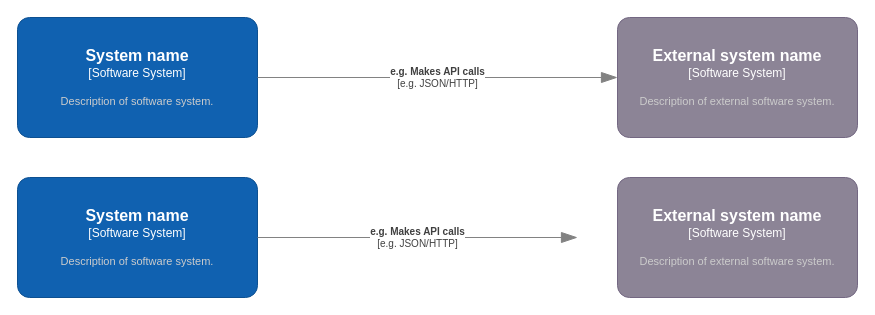
The draw.io diagram drawio_c4_lint/test_files/missing_connection.drawio in GanizaniSitara/drawio-c4-linter, before the edit. Source tidied: cells renumbered, new cells numbered last; positions are measured from the earlier drawing's top-left corner, leaving out a move shared by most shapes. Both pictures are drawn from the tidied source at 100%, with x=0, y=0 at pixel (17, 17).
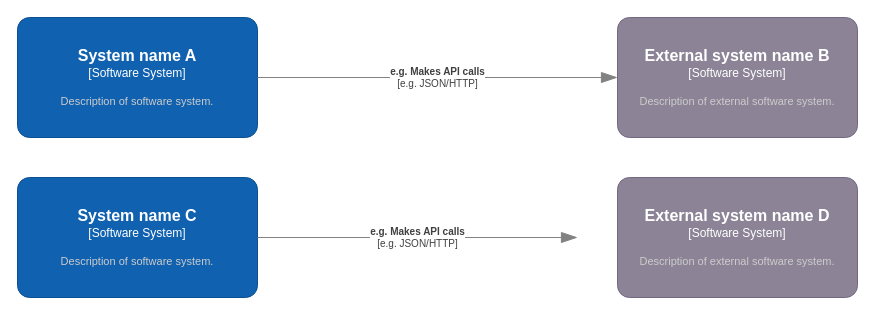
The same page after the edit.

Change to the diagram source:
```diff
@@
 <mxGraphModel>
   <root>
     <mxCell id="0" />
     <mxCell id="1" parent="0" />
-    <object id="2" label="&lt;font style=&quot;font-size: 16px&quot;&gt;&lt;b&gt;%c4Name%&lt;/b&gt;&lt;/font&gt;&lt;div&gt;[%c4Type%]&lt;/div&gt;&lt;br&gt;&lt;div&gt;&lt;font style=&quot;font-size: 11px&quot;&gt;&lt;font color=&quot;#cccccc&quot;&gt;%c4Description%&lt;/font&gt;&lt;/div&gt;" c4Description="Description of software system." c4Name="System name" c4Type="Software System" placeholders="1">
+    <object id="2" label="&lt;font style=&quot;font-size: 16px&quot;&gt;&lt;b&gt;%c4Name%&lt;/b&gt;&lt;/font&gt;&lt;div&gt;[%c4Type%]&lt;/div&gt;&lt;br&gt;&lt;div&gt;&lt;font style=&quot;font-size: 11px&quot;&gt;&lt;font color=&quot;#cccccc&quot;&gt;%c4Description%&lt;/font&gt;&lt;/div&gt;" c4Description="Description of software system." c4Name="System name C" c4Type="Software System" placeholders="1">
       <mxCell style="rounded=1;whiteSpace=wrap;html=1;labelBackgroundColor=none;fillColor=#1061B0;fontColor=#ffffff;align=center;arcSize=10;strokeColor=#0D5091;points=[[0.25,0,0],[0.5,0,0],[0.75,0,0],[1,0.25,0],[1,0.5,0],[1,0.75,0],[0.75,1,0],[0.5,1,0],[0.25,1,0],[0,0.75,0],[0,0.5,0],[0,0.25,0]];" parent="1" vertex="1">
         <mxGeometry y="160" width="240" height="120" as="geometry" />
       </mxCell>
     </object>
-    <object id="3" label="&lt;font style=&quot;font-size: 16px&quot;&gt;&lt;b&gt;%c4Name%&lt;/b&gt;&lt;/font&gt;&lt;div&gt;[%c4Type%]&lt;/div&gt;&lt;br&gt;&lt;div&gt;&lt;font style=&quot;font-size: 11px&quot;&gt;&lt;font color=&quot;#cccccc&quot;&gt;%c4Description%&lt;/font&gt;&lt;/div&gt;" c4Description="Description of external software system." c4Name="External system name" c4Type="Software System" placeholders="1">
+    <object id="3" label="&lt;font style=&quot;font-size: 16px&quot;&gt;&lt;b&gt;%c4Name%&lt;/b&gt;&lt;/font&gt;&lt;div&gt;[%c4Type%]&lt;/div&gt;&lt;br&gt;&lt;div&gt;&lt;font style=&quot;font-size: 11px&quot;&gt;&lt;font color=&quot;#cccccc&quot;&gt;%c4Description%&lt;/font&gt;&lt;/div&gt;" c4Description="Description of external software system." c4Name="External system name D" c4Type="Software System" placeholders="1">
       <mxCell style="rounded=1;whiteSpace=wrap;html=1;labelBackgroundColor=none;fillColor=#8C8496;fontColor=#ffffff;align=center;arcSize=10;strokeColor=#736782;" parent="1" vertex="1">
         <mxGeometry x="600" y="160" width="240" height="120" as="geometry" />
       </mxCell>
     </object>
     <object id="4" label="&lt;div style=&quot;text-align: left&quot;&gt;&lt;div style=&quot;text-align: center&quot;&gt;&lt;b&gt;%c4Description%&lt;/b&gt;&lt;/div&gt;&lt;div style=&quot;text-align: center&quot;&gt;[%c4Technology%]&lt;/div&gt;&lt;/div&gt;" c4Description="e.g. Makes API calls" c4Technology="e.g. JSON/HTTP" placeholders="1">
       <mxCell style="endArrow=blockThin;html=1;fontSize=10;fontColor=#404040;strokeWidth=1;endFill=1;strokeColor=#828282;elbow=vertical;endSize=14;startSize=14;jumpStyle=arc;jumpSize=16;rounded=0;edgeStyle=orthogonalEdgeStyle;exitX=1;exitY=0.5;exitDx=0;exitDy=0;exitPerimeter=0;" parent="1" edge="1" source="2">
         <mxGeometry relative="1" as="geometry">
           <mxPoint x="560" y="220" as="targetPoint" />
         </mxGeometry>
       </mxCell>
     </object>
-    <object id="5" label="&lt;font style=&quot;font-size: 16px&quot;&gt;&lt;b&gt;%c4Name%&lt;/b&gt;&lt;/font&gt;&lt;div&gt;[%c4Type%]&lt;/div&gt;&lt;br&gt;&lt;div&gt;&lt;font style=&quot;font-size: 11px&quot;&gt;&lt;font color=&quot;#cccccc&quot;&gt;%c4Description%&lt;/font&gt;&lt;/div&gt;" c4Description="Description of software system." c4Name="System name" c4Type="Software System" placeholders="1">
+    <object id="5" label="&lt;font style=&quot;font-size: 16px&quot;&gt;&lt;b&gt;%c4Name%&lt;/b&gt;&lt;/font&gt;&lt;div&gt;[%c4Type%]&lt;/div&gt;&lt;br&gt;&lt;div&gt;&lt;font style=&quot;font-size: 11px&quot;&gt;&lt;font color=&quot;#cccccc&quot;&gt;%c4Description%&lt;/font&gt;&lt;/div&gt;" c4Description="Description of software system." c4Name="System name A" c4Type="Software System" placeholders="1">
       <mxCell style="rounded=1;whiteSpace=wrap;html=1;labelBackgroundColor=none;fillColor=#1061B0;fontColor=#ffffff;align=center;arcSize=10;strokeColor=#0D5091;points=[[0.25,0,0],[0.5,0,0],[0.75,0,0],[1,0.25,0],[1,0.5,0],[1,0.75,0],[0.75,1,0],[0.5,1,0],[0.25,1,0],[0,0.75,0],[0,0.5,0],[0,0.25,0]];" parent="1" vertex="1">
         <mxGeometry width="240" height="120" as="geometry" />
       </mxCell>
     </object>
     <object id="6" label="&lt;div style=&quot;text-align: left&quot;&gt;&lt;div style=&quot;text-align: center&quot;&gt;&lt;b&gt;%c4Description%&lt;/b&gt;&lt;/div&gt;&lt;div style=&quot;text-align: center&quot;&gt;[%c4Technology%]&lt;/div&gt;&lt;/div&gt;" c4Description="e.g. Makes API calls" c4Technology="e.g. JSON/HTTP" placeholders="1">
       <mxCell style="endArrow=blockThin;html=1;fontSize=10;fontColor=#404040;strokeWidth=1;endFill=1;strokeColor=#828282;elbow=vertical;endSize=14;startSize=14;jumpStyle=arc;jumpSize=16;rounded=0;edgeStyle=orthogonalEdgeStyle;exitX=1;exitY=0.5;exitDx=0;exitDy=0;exitPerimeter=0;entryX=0;entryY=0.5;entryDx=0;entryDy=0;entryPerimeter=0;" parent="1" edge="1" source="5" target="7">
         <mxGeometry relative="1" as="geometry" />
       </mxCell>
     </object>
-    <object id="7" label="&lt;font style=&quot;font-size: 16px&quot;&gt;&lt;b&gt;%c4Name%&lt;/b&gt;&lt;/font&gt;&lt;div&gt;[%c4Type%]&lt;/div&gt;&lt;br&gt;&lt;div&gt;&lt;font style=&quot;font-size: 11px&quot;&gt;&lt;font color=&quot;#cccccc&quot;&gt;%c4Description%&lt;/font&gt;&lt;/div&gt;" c4Description="Description of external software system." c4Name="External system name" c4Type="Software System" placeholders="1">
+    <object id="7" label="&lt;font style=&quot;font-size: 16px&quot;&gt;&lt;b&gt;%c4Name%&lt;/b&gt;&lt;/font&gt;&lt;div&gt;[%c4Type%]&lt;/div&gt;&lt;br&gt;&lt;div&gt;&lt;font style=&quot;font-size: 11px&quot;&gt;&lt;font color=&quot;#cccccc&quot;&gt;%c4Description%&lt;/font&gt;&lt;/div&gt;" c4Description="Description of external software system." c4Name="External system name B" c4Type="Software System" placeholders="1">
       <mxCell style="rounded=1;whiteSpace=wrap;html=1;labelBackgroundColor=none;fillColor=#8C8496;fontColor=#ffffff;align=center;arcSize=10;strokeColor=#736782;points=[[0.25,0,0],[0.5,0,0],[0.75,0,0],[1,0.25,0],[1,0.5,0],[1,0.75,0],[0.75,1,0],[0.5,1,0],[0.25,1,0],[0,0.75,0],[0,0.5,0],[0,0.25,0]];" parent="1" vertex="1">
         <mxGeometry x="600" width="240" height="120" as="geometry" />
       </mxCell>
     </object>
   </root>
 </mxGraphModel>
```
